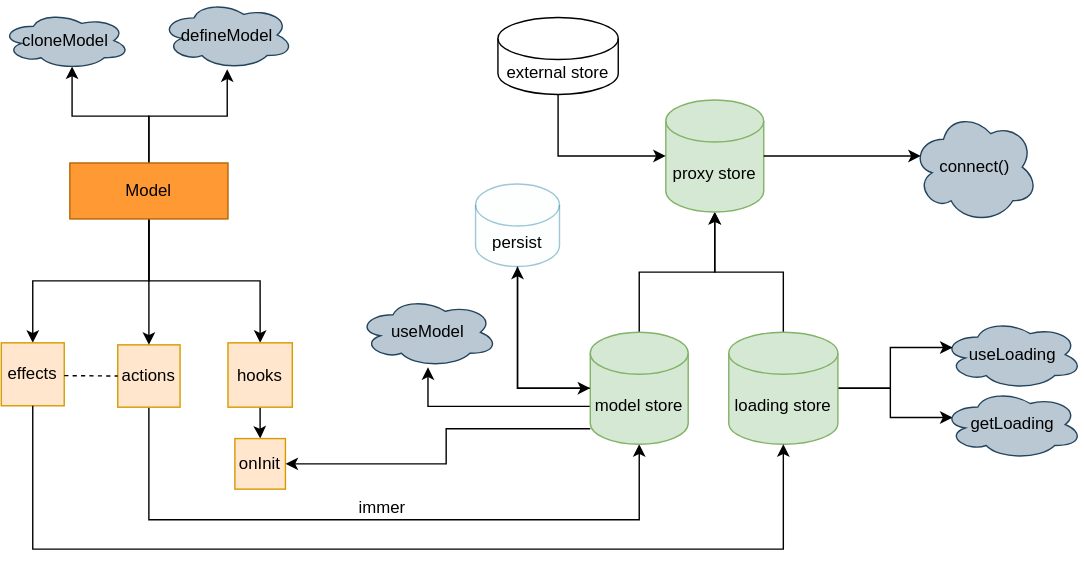
Before: docs/mindMap.svg, a diagram exported from draw.io (foca-js/foca). Source tidied: cells renumbered, new cells last; positions are measured from the earlier drawing's top-left corner, leaving out a move shared by most shapes.
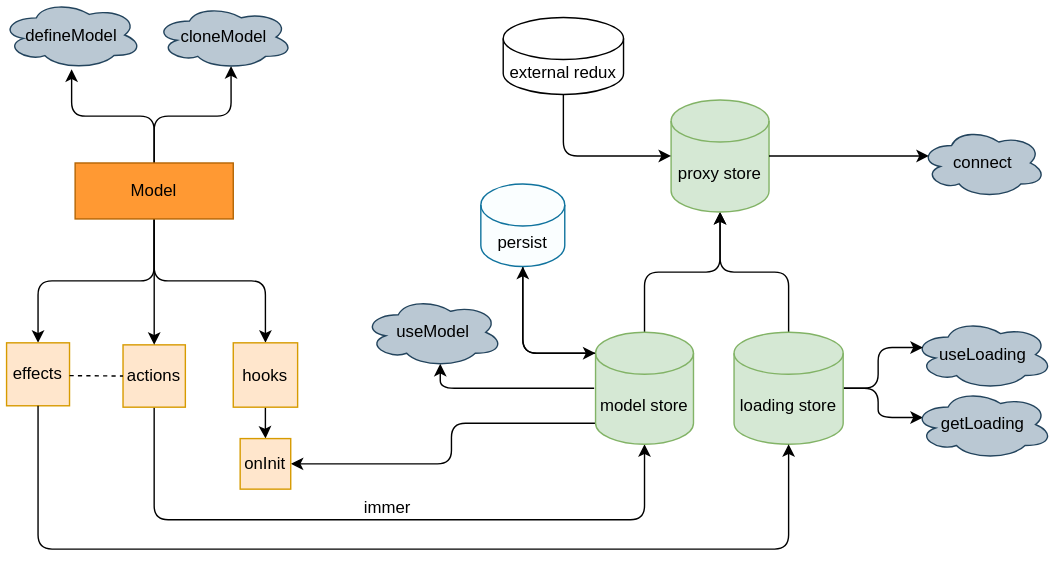
The same diagram one commit later.

Commit message:
docs: update mind map [skip ci]

The edit, as a diff of the source:
```diff
@@ -2,7 +2,7 @@
   <root>
     <mxCell id="0" />
     <mxCell id="1" parent="0" />
-    <mxCell id="2" style="edgeStyle=orthogonalEdgeStyle;rounded=0;jettySize=auto;html=1;entryX=0.5;entryY=1;entryDx=0;entryDy=0;entryPerimeter=0;" parent="1" edge="1" source="3" target="23">
+    <mxCell id="2" style="edgeStyle=orthogonalEdgeStyle;rounded=1;jettySize=auto;html=1;entryX=0.5;entryY=1;entryDx=0;entryDy=0;entryPerimeter=0;" parent="1" edge="1" source="3" target="23">
       <mxGeometry relative="1" as="geometry">
         <Array as="points">
           <mxPoint x="106" y="371" />
@@ -13,19 +13,19 @@
     <mxCell id="3" value="actions" style="whiteSpace=wrap;html=1;fillColor=#ffe6cc;strokeColor=#d79b00;" parent="1" vertex="1">
       <mxGeometry x="83.2" y="246" width="44.5" height="44.5" as="geometry" />
     </mxCell>
-    <mxCell id="4" style="edgeStyle=orthogonalEdgeStyle;rounded=0;jettySize=auto;html=1;" parent="1" edge="1" source="9" target="31">
+    <mxCell id="4" style="edgeStyle=orthogonalEdgeStyle;rounded=1;jettySize=auto;html=1;" parent="1" edge="1" source="9" target="31">
       <mxGeometry relative="1" as="geometry" />
     </mxCell>
-    <mxCell id="5" style="edgeStyle=orthogonalEdgeStyle;rounded=0;jettySize=auto;html=1;entryX=0.55;entryY=0.95;entryDx=0;entryDy=0;entryPerimeter=0;" parent="1" edge="1" source="9" target="32">
+    <mxCell id="5" style="edgeStyle=orthogonalEdgeStyle;rounded=1;jettySize=auto;html=1;entryX=0.55;entryY=0.95;entryDx=0;entryDy=0;entryPerimeter=0;" parent="1" edge="1" source="9" target="32">
       <mxGeometry relative="1" as="geometry" />
     </mxCell>
-    <mxCell id="6" style="edgeStyle=orthogonalEdgeStyle;rounded=0;jettySize=auto;html=1;entryX=0.5;entryY=0;entryDx=0;entryDy=0;" parent="1" edge="1" source="9" target="3">
+    <mxCell id="6" style="edgeStyle=orthogonalEdgeStyle;rounded=1;jettySize=auto;html=1;entryX=0.5;entryY=0;entryDx=0;entryDy=0;" parent="1" edge="1" source="9" target="3">
       <mxGeometry relative="1" as="geometry" />
     </mxCell>
-    <mxCell id="7" style="edgeStyle=orthogonalEdgeStyle;rounded=0;jettySize=auto;html=1;entryX=0.5;entryY=0;entryDx=0;entryDy=0;exitX=0.5;exitY=1;exitDx=0;exitDy=0;" parent="1" edge="1" source="9" target="10">
+    <mxCell id="7" style="edgeStyle=orthogonalEdgeStyle;rounded=1;jettySize=auto;html=1;entryX=0.5;entryY=0;entryDx=0;entryDy=0;exitX=0.5;exitY=1;exitDx=0;exitDy=0;" parent="1" edge="1" source="9" target="10">
       <mxGeometry relative="1" as="geometry" />
     </mxCell>
-    <mxCell id="8" style="edgeStyle=orthogonalEdgeStyle;rounded=0;jettySize=auto;html=1;entryX=0.5;entryY=0;entryDx=0;entryDy=0;exitX=0.5;exitY=1;exitDx=0;exitDy=0;" parent="1" edge="1" source="9" target="12">
+    <mxCell id="8" style="edgeStyle=orthogonalEdgeStyle;rounded=1;jettySize=auto;html=1;entryX=0.5;entryY=0;entryDx=0;entryDy=0;exitX=0.5;exitY=1;exitDx=0;exitDy=0;" parent="1" edge="1" source="9" target="12">
       <mxGeometry relative="1" as="geometry" />
     </mxCell>
     <mxCell id="9" value="Model" style="rounded=0;whiteSpace=wrap;html=1;fillColor=#FF9933;strokeColor=#b46504;shadow=0;" parent="1" vertex="1">
@@ -40,44 +40,44 @@
     <mxCell id="12" value="hooks" style="whiteSpace=wrap;html=1;fillColor=#ffe6cc;strokeColor=#d79b00;" parent="1" vertex="1">
       <mxGeometry x="162" y="244.6" width="46" height="46" as="geometry" />
     </mxCell>
-    <mxCell id="13" value="connect()" style="ellipse;shape=cloud;whiteSpace=wrap;html=1;shadow=0;fillColor=#bac8d3;strokeColor=#23445d;" parent="1" vertex="1">
-      <mxGeometry x="651" y="79" width="90" height="80" as="geometry" />
+    <mxCell id="13" value="connect" style="ellipse;shape=cloud;whiteSpace=wrap;html=1;shadow=0;fillColor=#bac8d3;strokeColor=#23445d;" parent="1" vertex="1">
+      <mxGeometry x="653" y="91" width="90" height="50" as="geometry" />
     </mxCell>
     <mxCell id="14" value="useLoading" style="ellipse;shape=cloud;whiteSpace=wrap;html=1;shadow=0;strokeColor=#23445d;fillColor=#bac8d3;" parent="1" vertex="1">
-      <mxGeometry x="673" y="227.9" width="100" height="50" as="geometry" />
+      <mxGeometry x="648" y="227.9" width="100" height="50" as="geometry" />
     </mxCell>
-    <mxCell id="15" style="edgeStyle=orthogonalEdgeStyle;rounded=0;jettySize=auto;html=1;entryX=0.07;entryY=0.4;entryDx=0;entryDy=0;entryPerimeter=0;" parent="1" edge="1" source="18" target="25">
+    <mxCell id="15" style="edgeStyle=orthogonalEdgeStyle;rounded=1;jettySize=auto;html=1;entryX=0.07;entryY=0.4;entryDx=0;entryDy=0;entryPerimeter=0;" parent="1" edge="1" source="18" target="25">
       <mxGeometry relative="1" as="geometry" />
     </mxCell>
-    <mxCell id="16" style="edgeStyle=orthogonalEdgeStyle;rounded=0;jettySize=auto;html=1;entryX=0.07;entryY=0.4;entryDx=0;entryDy=0;entryPerimeter=0;" parent="1" edge="1" source="18" target="14">
+    <mxCell id="16" style="edgeStyle=orthogonalEdgeStyle;rounded=1;jettySize=auto;html=1;entryX=0.07;entryY=0.4;entryDx=0;entryDy=0;entryPerimeter=0;" parent="1" edge="1" source="18" target="14">
       <mxGeometry relative="1" as="geometry" />
     </mxCell>
-    <mxCell id="17" style="edgeStyle=orthogonalEdgeStyle;rounded=0;jettySize=auto;html=1;" parent="1" edge="1" source="18" target="24">
+    <mxCell id="17" style="edgeStyle=orthogonalEdgeStyle;rounded=1;jettySize=auto;html=1;" parent="1" edge="1" source="18" target="24">
       <mxGeometry relative="1" as="geometry" />
     </mxCell>
     <mxCell id="18" value="loading store" style="shape=cylinder3;whiteSpace=wrap;html=1;boundedLbl=1;backgroundOutline=1;size=15;shadow=0;strokeColor=#82b366;fillColor=#d5e8d4;" parent="1" vertex="1">
       <mxGeometry x="520" y="237" width="78" height="80" as="geometry" />
     </mxCell>
-    <mxCell id="19" style="edgeStyle=orthogonalEdgeStyle;rounded=0;jettySize=auto;html=1;" parent="1" edge="1" source="23" target="26">
+    <mxCell id="19" style="edgeStyle=orthogonalEdgeStyle;rounded=1;jettySize=auto;html=1;entryX=0.55;entryY=0.95;entryDx=0;entryDy=0;entryPerimeter=0;" parent="1" edge="1" target="26">
       <mxGeometry relative="1" as="geometry">
+        <mxPoint x="420" y="277" as="sourcePoint" />
         <Array as="points">
-          <mxPoint x="347" y="290" />
-          <mxPoint x="347" y="290" />
+          <mxPoint x="310" y="277" />
         </Array>
       </mxGeometry>
     </mxCell>
-    <mxCell id="20" style="edgeStyle=orthogonalEdgeStyle;rounded=0;jettySize=auto;html=1;entryX=1;entryY=0.5;entryDx=0;entryDy=0;" parent="1" edge="1" source="23" target="29">
+    <mxCell id="20" style="edgeStyle=orthogonalEdgeStyle;rounded=1;jettySize=auto;html=1;entryX=1;entryY=0.5;entryDx=0;entryDy=0;exitX=0;exitY=1;exitDx=0;exitDy=-15;exitPerimeter=0;" parent="1" edge="1" source="23" target="29">
       <mxGeometry relative="1" as="geometry">
         <Array as="points">
-          <mxPoint x="318" y="306" />
+          <mxPoint x="318" y="302" />
           <mxPoint x="318" y="331" />
         </Array>
       </mxGeometry>
     </mxCell>
-    <mxCell id="21" style="edgeStyle=orthogonalEdgeStyle;rounded=0;jettySize=auto;html=1;entryX=0.5;entryY=1;entryDx=0;entryDy=0;entryPerimeter=0;" parent="1" edge="1" source="23" target="34">
+    <mxCell id="21" style="edgeStyle=orthogonalEdgeStyle;rounded=1;jettySize=auto;html=1;entryX=0.5;entryY=1;entryDx=0;entryDy=0;entryPerimeter=0;exitX=0;exitY=0;exitDx=0;exitDy=15;exitPerimeter=0;" parent="1" edge="1" source="23" target="34">
       <mxGeometry relative="1" as="geometry" />
     </mxCell>
-    <mxCell id="22" style="edgeStyle=orthogonalEdgeStyle;rounded=0;jettySize=auto;html=1;" parent="1" edge="1" source="23" target="24">
+    <mxCell id="22" style="edgeStyle=orthogonalEdgeStyle;rounded=1;jettySize=auto;html=1;" parent="1" edge="1" source="23" target="24">
       <mxGeometry relative="1" as="geometry" />
     </mxCell>
     <mxCell id="23" value="model store" style="shape=cylinder3;whiteSpace=wrap;html=1;boundedLbl=1;backgroundOutline=1;size=15;shadow=0;strokeColor=#82b366;fillColor=#d5e8d4;" parent="1" vertex="1">
@@ -87,19 +87,19 @@
       <mxGeometry x="475" y="71" width="70" height="80" as="geometry" />
     </mxCell>
     <mxCell id="25" value="getLoading" style="ellipse;shape=cloud;whiteSpace=wrap;html=1;shadow=0;strokeColor=#23445d;fillColor=#bac8d3;" parent="1" vertex="1">
-      <mxGeometry x="673" y="277.9" width="100" height="50" as="geometry" />
+      <mxGeometry x="648" y="277.9" width="100" height="50" as="geometry" />
     </mxCell>
     <mxCell id="26" value="useModel" style="ellipse;shape=cloud;whiteSpace=wrap;html=1;shadow=0;strokeColor=#23445d;fillColor=#bac8d3;" parent="1" vertex="1">
       <mxGeometry x="255" y="212" width="100" height="50" as="geometry" />
     </mxCell>
-    <mxCell id="27" style="edgeStyle=elbowEdgeStyle;elbow=horizontal;endArrow=classic;html=1;rounded=0;exitX=0.5;exitY=1;exitDx=0;exitDy=0;entryX=0.5;entryY=1;entryDx=0;entryDy=0;entryPerimeter=0;" parent="1" edge="1" source="10" target="18">
+    <mxCell id="27" style="edgeStyle=elbowEdgeStyle;elbow=horizontal;endArrow=classic;html=1;rounded=1;exitX=0.5;exitY=1;exitDx=0;exitDy=0;entryX=0.5;entryY=1;entryDx=0;entryDy=0;entryPerimeter=0;" parent="1" edge="1" source="10" target="18">
       <mxGeometry relative="1" as="geometry">
         <Array as="points">
           <mxPoint x="292" y="392" />
         </Array>
       </mxGeometry>
     </mxCell>
-    <mxCell id="28" style="endArrow=classic;html=1;rounded=0;entryX=0.07;entryY=0.4;entryDx=0;entryDy=0;entryPerimeter=0;exitX=1;exitY=0.5;exitDx=0;exitDy=0;exitPerimeter=0;" parent="1" edge="1" source="24" target="13">
+    <mxCell id="28" style="endArrow=classic;html=1;rounded=1;entryX=0.07;entryY=0.4;entryDx=0;entryDy=0;entryPerimeter=0;exitX=1;exitY=0.5;exitDx=0;exitDy=0;exitPerimeter=0;" parent="1" edge="1" source="24" target="13">
       <mxGeometry relative="1" as="geometry" />
     </mxCell>
     <mxCell id="29" value="onInit" style="whiteSpace=wrap;html=1;fillColor=#ffe6cc;strokeColor=#d79b00;" parent="1" vertex="1">
@@ -111,21 +111,21 @@
       </mxGeometry>
     </mxCell>
     <mxCell id="31" value="defineModel" style="ellipse;shape=cloud;whiteSpace=wrap;html=1;fillColor=#bac8d3;rounded=0;shadow=0;strokeColor=#23445d;" parent="1" vertex="1">
-      <mxGeometry x="114" width="95" height="49" as="geometry" />
+      <mxGeometry x="-4" width="101" height="49" as="geometry" />
     </mxCell>
     <mxCell id="32" value="cloneModel" style="ellipse;shape=cloud;whiteSpace=wrap;html=1;fillColor=#bac8d3;strokeColor=#23445d;" parent="1" vertex="1">
-      <mxGeometry y="8" width="92" height="41" as="geometry" />
+      <mxGeometry x="106" y="3" width="99" height="46" as="geometry" />
     </mxCell>
-    <mxCell id="33" style="edgeStyle=orthogonalEdgeStyle;rounded=0;jettySize=auto;html=1;entryX=0;entryY=0.5;entryDx=0;entryDy=0;entryPerimeter=0;exitX=0.5;exitY=1;exitDx=0;exitDy=0;exitPerimeter=0;" parent="1" edge="1" source="34" target="23">
+    <mxCell id="33" style="edgeStyle=orthogonalEdgeStyle;rounded=1;jettySize=auto;html=1;exitX=0.5;exitY=1;exitDx=0;exitDy=0;exitPerimeter=0;entryX=0;entryY=0;entryDx=0;entryDy=15;entryPerimeter=0;" parent="1" edge="1" source="34" target="23">
       <mxGeometry relative="1" as="geometry" />
     </mxCell>
-    <mxCell id="34" value="persist" style="shape=cylinder3;whiteSpace=wrap;html=1;boundedLbl=1;backgroundOutline=1;size=15;fillColor=#FAFEFF;strokeColor=#10739e;sketch=0;opacity=40;" parent="1" vertex="1">
+    <mxCell id="34" value="persist" style="shape=cylinder3;whiteSpace=wrap;html=1;boundedLbl=1;backgroundOutline=1;size=15;fillColor=#FAFEFF;strokeColor=#10739e;sketch=0;" parent="1" vertex="1">
       <mxGeometry x="339" y="131" width="60" height="59" as="geometry" />
     </mxCell>
-    <mxCell id="35" style="edgeStyle=orthogonalEdgeStyle;rounded=0;jettySize=auto;html=1;entryX=0;entryY=0.5;entryDx=0;entryDy=0;entryPerimeter=0;exitX=0.5;exitY=1;exitDx=0;exitDy=0;exitPerimeter=0;" parent="1" edge="1" source="36" target="24">
+    <mxCell id="35" style="edgeStyle=orthogonalEdgeStyle;rounded=1;jettySize=auto;html=1;entryX=0;entryY=0.5;entryDx=0;entryDy=0;entryPerimeter=0;exitX=0.5;exitY=1;exitDx=0;exitDy=0;exitPerimeter=0;" parent="1" edge="1" source="36" target="24">
       <mxGeometry relative="1" as="geometry" />
     </mxCell>
-    <mxCell id="36" value="external store" style="shape=cylinder3;whiteSpace=wrap;html=1;boundedLbl=1;backgroundOutline=1;size=15;" parent="1" vertex="1">
+    <mxCell id="36" value="external redux" style="shape=cylinder3;whiteSpace=wrap;html=1;boundedLbl=1;backgroundOutline=1;size=15;" parent="1" vertex="1">
       <mxGeometry x="355" y="12" width="86" height="55" as="geometry" />
     </mxCell>
     <mxCell id="37" value="immer" style="text;strokeColor=none;fillColor=none;html=1;fontSize=12;fontStyle=0;verticalAlign=middle;align=center;sketch=0;opacity=40;rotation=0;" parent="1" vertex="1">
```
